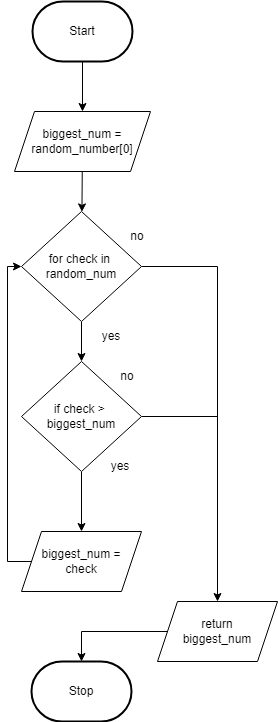
Above: Drawio/FlowChart.png in JacksonNaufal/ICS3U-Unit6-02-Python (draw.io), before the change. Source tidied: cells renumbered, new cells last; positions are measured from the earlier drawing's top-left corner, leaving out a move shared by most shapes.
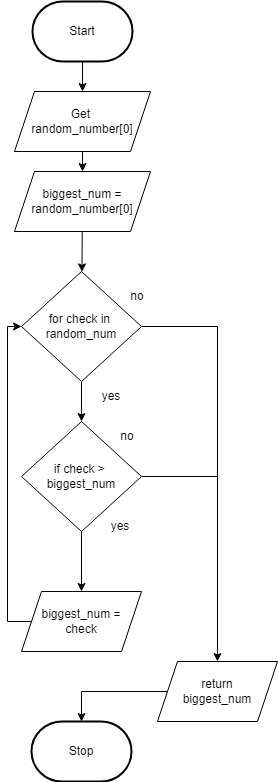
The same diagram one commit later.

Change to the diagram source:
```diff
@@ -2,11 +2,11 @@
   <root>
     <mxCell id="0" />
     <mxCell id="1" parent="0" />
-    <mxCell id="2" style="edgeStyle=none;html=1;" parent="1" edge="1" source="3" target="13">
-      <mxGeometry relative="1" as="geometry" />
-    </mxCell>
+    <mxCell id="21" style="edgeStyle=none;html=1;" parent="1" edge="1" source="3" target="23">
+      <mxGeometry relative="1" as="geometry" />
+    </mxCell>
     <mxCell id="3" value="Start" style="strokeWidth=2;html=1;shape=mxgraph.flowchart.terminator;whiteSpace=wrap;" parent="1" vertex="1">
-      <mxGeometry x="25" width="100" height="60" as="geometry" />
+      <mxGeometry x="25" y="-60" width="100" height="60" as="geometry" />
     </mxCell>
     <mxCell id="4" value="Stop" style="strokeWidth=2;html=1;shape=mxgraph.flowchart.terminator;whiteSpace=wrap;rounded=1;" parent="1" vertex="1">
       <mxGeometry x="24" y="660" width="100" height="60" as="geometry" />
@@ -74,5 +74,11 @@
     <mxCell id="20" value="return&lt;br&gt;biggest_num" style="shape=parallelogram;perimeter=parallelogramPerimeter;whiteSpace=wrap;html=1;fixedSize=1;" parent="1" vertex="1">
       <mxGeometry x="150" y="600" width="120" height="60" as="geometry" />
     </mxCell>
+    <mxCell id="22" style="edgeStyle=none;html=1;" parent="1" edge="1" source="23" target="13">
+      <mxGeometry relative="1" as="geometry" />
+    </mxCell>
+    <mxCell id="23" value="Get &lt;br&gt;random_number[0]" style="shape=parallelogram;perimeter=parallelogramPerimeter;whiteSpace=wrap;html=1;fixedSize=1;" parent="1" vertex="1">
+      <mxGeometry x="7" y="30" width="136" height="60" as="geometry" />
+    </mxCell>
   </root>
 </mxGraphModel>
```
